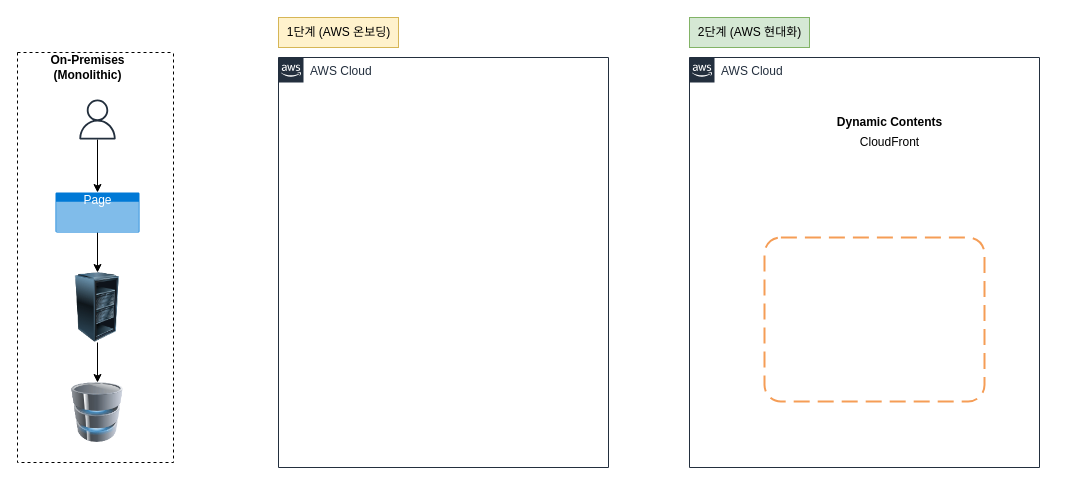
This is Migration.drawio from seongwook-git/architecture, a draw.io file, before an edit. Source tidied: cells renumbered, new cells numbered last; positions are measured from the earlier drawing's top-left corner, leaving out a move shared by most shapes. Both pictures are drawn from the tidied source at 100%, with x=0, y=0 at pixel (17, 17).
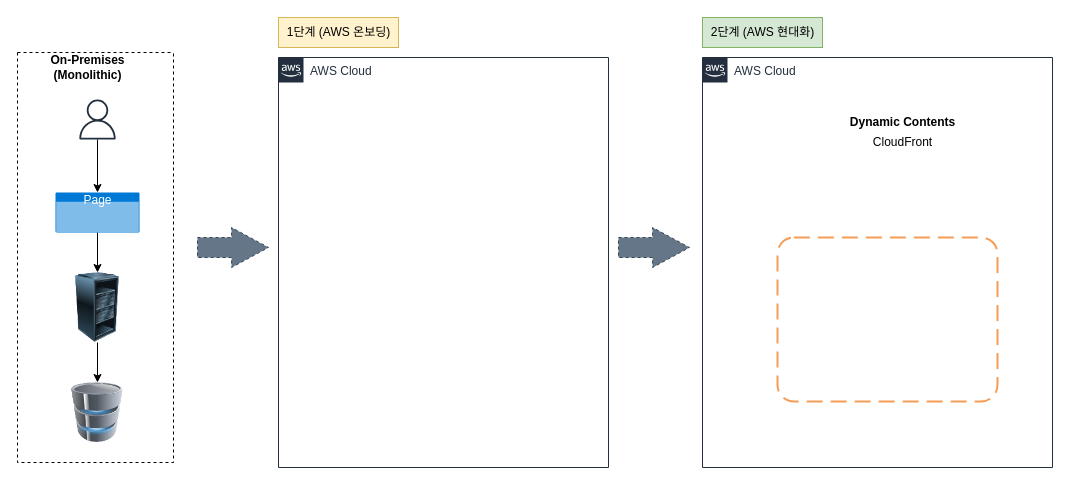
The same page after the edit.

The edit, as a diff of the source:
```diff
@@
 <mxGraphModel>
   <root>
     <mxCell id="0" />
     <mxCell id="1" parent="0" />
     <mxCell id="2" style="swimlane;startSize=0;dashed=1;" parent="1" vertex="1">
       <mxGeometry y="35" width="156" height="410" as="geometry" />
     </mxCell>
     <mxCell id="3" value="On-Premises&lt;br&gt;(Monolithic)" style="text;html=1;align=center;verticalAlign=middle;strokeColor=none;fillColor=none;fontStyle=1;" parent="2" vertex="1">
       <mxGeometry x="20" y="-5" width="100" height="40" as="geometry" />
     </mxCell>
     <mxCell id="4" style="edgeStyle=orthogonalEdgeStyle;rounded=0;jettySize=auto;html=1;entryX=0.5;entryY=0;entryDx=0;entryDy=0;" parent="2" edge="1" source="5" target="6">
       <mxGeometry relative="1" as="geometry" />
     </mxCell>
     <mxCell id="5" style="image;html=1;image=img/lib/clip_art/computers/Server_Rack_Partial_128x128.png;dashed=1;" parent="2" vertex="1">
       <mxGeometry x="40" y="220" width="80" height="70" as="geometry" />
     </mxCell>
     <mxCell id="6" style="image;html=1;image=img/lib/clip_art/computers/Database_128x128.png;dashed=1;" parent="2" vertex="1">
       <mxGeometry x="50" y="330" width="60" height="60" as="geometry" />
     </mxCell>
     <mxCell id="7" style="edgeStyle=orthogonalEdgeStyle;rounded=0;jettySize=auto;html=1;" parent="2" edge="1" source="8" target="10">
       <mxGeometry relative="1" as="geometry" />
     </mxCell>
     <mxCell id="8" style="sketch=0;outlineConnect=0;fontColor=#232F3E;gradientColor=none;fillColor=#232F3D;strokeColor=none;dashed=0;verticalLabelPosition=bottom;verticalAlign=top;align=center;html=1;fontSize=12;fontStyle=0;shape=mxgraph.aws4.user;" parent="2" vertex="1">
       <mxGeometry x="60" y="47" width="40" height="40" as="geometry" />
     </mxCell>
     <mxCell id="9" style="edgeStyle=orthogonalEdgeStyle;rounded=0;jettySize=auto;html=1;entryX=0.5;entryY=0;entryDx=0;entryDy=0;" parent="2" edge="1" source="10" target="5">
       <mxGeometry relative="1" as="geometry" />
     </mxCell>
     <mxCell id="10" value="Page" style="html=1;strokeColor=none;fillColor=#0079D6;labelPosition=center;verticalLabelPosition=middle;verticalAlign=top;align=center;fontSize=12;outlineConnect=0;spacingTop=-6;fontColor=#FFFFFF;sketch=0;shape=mxgraph.sitemap.page;dashed=1;" parent="2" vertex="1">
       <mxGeometry x="38" y="140" width="84" height="40" as="geometry" />
     </mxCell>
     <mxCell id="11" value="AWS Cloud" style="gradientColor=none;html=1;whiteSpace=wrap;fontSize=12;fontStyle=0;shape=mxgraph.aws4.group;grIcon=mxgraph.aws4.group_aws_cloud_alt;strokeColor=#232F3E;fillColor=none;verticalAlign=top;align=left;spacingLeft=30;fontColor=#232F3E;dashed=0;labelBackgroundColor=#ffffff;" parent="1" vertex="1">
-      <mxGeometry x="672" y="40" width="350" height="410" as="geometry" />
+      <mxGeometry x="685" y="40" width="350" height="410" as="geometry" />
     </mxCell>
     <mxCell id="12" style="rounded=1;arcSize=10;dashed=1;strokeColor=#F59D56;fillColor=none;gradientColor=none;dashPattern=8 4;strokeWidth=2;" parent="11" vertex="1">
       <mxGeometry x="75" y="180" width="220" height="164" as="geometry" />
     </mxCell>
     <mxCell id="13" value="CloudFront" style="text;html=1;align=center;verticalAlign=middle;strokeColor=none;fillColor=none;" parent="11" vertex="1">
       <mxGeometry x="160" y="70" width="80" height="30" as="geometry" />
     </mxCell>
     <mxCell id="14" value="Dynamic Contents" style="text;html=1;align=center;verticalAlign=middle;strokeColor=none;fillColor=none;fontStyle=1;" parent="11" vertex="1">
       <mxGeometry x="135" y="50" width="130" height="30" as="geometry" />
     </mxCell>
     <mxCell id="15" value="AWS Cloud" style="gradientColor=none;html=1;whiteSpace=wrap;fontSize=12;fontStyle=0;shape=mxgraph.aws4.group;grIcon=mxgraph.aws4.group_aws_cloud_alt;strokeColor=#232F3E;fillColor=none;verticalAlign=top;align=left;spacingLeft=30;fontColor=#232F3E;dashed=0;labelBackgroundColor=#ffffff;" parent="1" vertex="1">
       <mxGeometry x="261" y="40" width="330" height="410" as="geometry" />
     </mxCell>
     <mxCell id="16" value="1단계 (AWS 온보딩)" style="text;html=1;align=center;verticalAlign=middle;strokeColor=#d6b656;fillColor=#fff2cc;" parent="1" vertex="1">
       <mxGeometry x="261" width="120" height="30" as="geometry" />
     </mxCell>
     <mxCell id="17" value="2단계 (AWS 현대화)" style="text;html=1;align=center;verticalAlign=middle;strokeColor=#82b366;fillColor=#d5e8d4;" parent="1" vertex="1">
-      <mxGeometry x="672" width="120" height="30" as="geometry" />
+      <mxGeometry x="685" width="120" height="30" as="geometry" />
     </mxCell>
+    <mxCell id="18" style="shape=singleArrow;direction=west;whiteSpace=wrap;html=1;dashed=1;rotation=-180;arrowWidth=0.5;arrowSize=0.52;fillColor=#647687;strokeColor=#314354;fontColor=#ffffff;" parent="1" vertex="1">
+      <mxGeometry x="180" y="210" width="71" height="40" as="geometry" />
+    </mxCell>
+    <mxCell id="19" style="shape=singleArrow;direction=west;whiteSpace=wrap;html=1;dashed=1;rotation=-180;arrowWidth=0.5;arrowSize=0.52;fillColor=#647687;strokeColor=#314354;fontColor=#ffffff;" parent="1" vertex="1">
+      <mxGeometry x="601" y="210" width="71" height="40" as="geometry" />
+    </mxCell>
   </root>
 </mxGraphModel>
```
